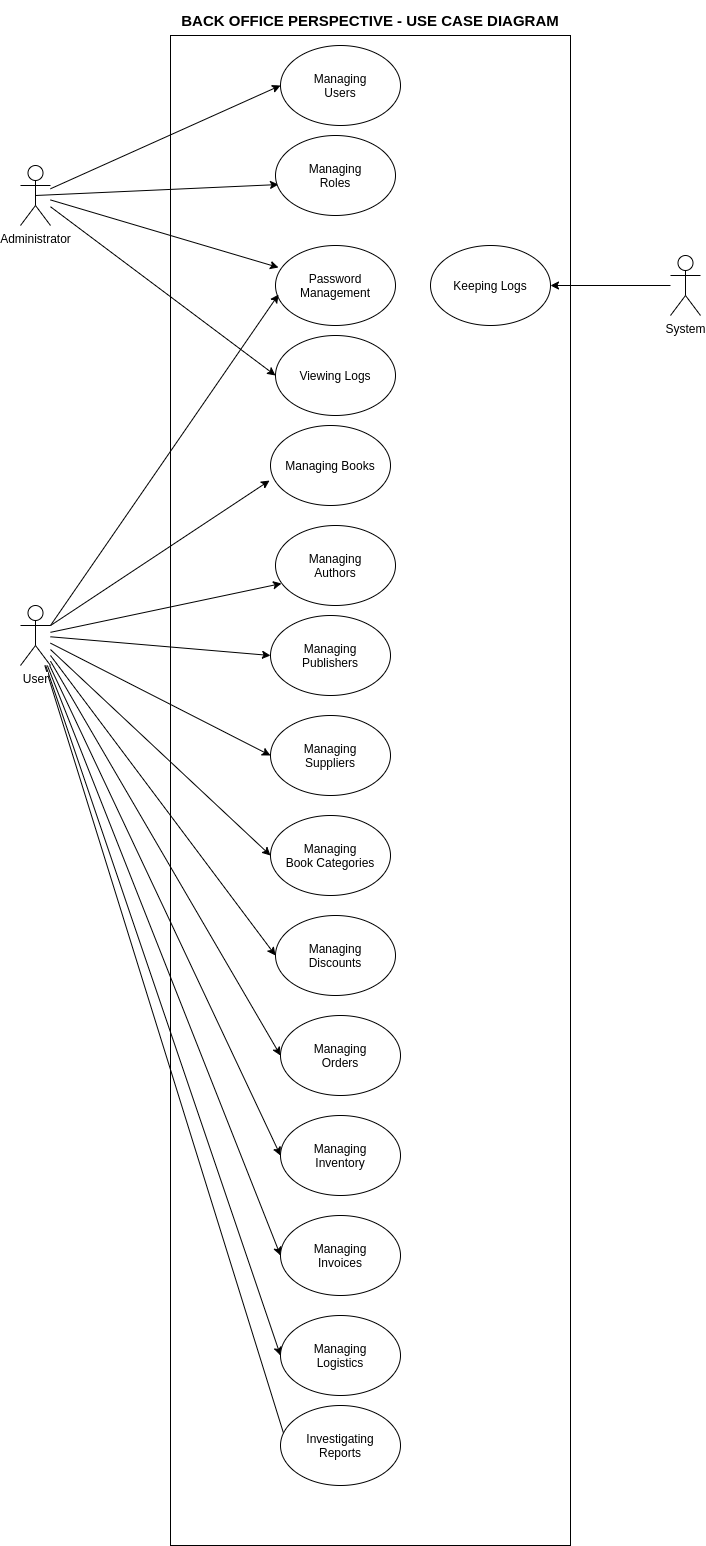
BounSweFerhatSal/swe530 keeps this draw.io diagram as BookStore_UseCase_BackOffice.png. Above is the earlier version. Source tidied: cells renumbered, new cells last; positions are measured from the earlier drawing's top-left corner, leaving out a move shared by most shapes.
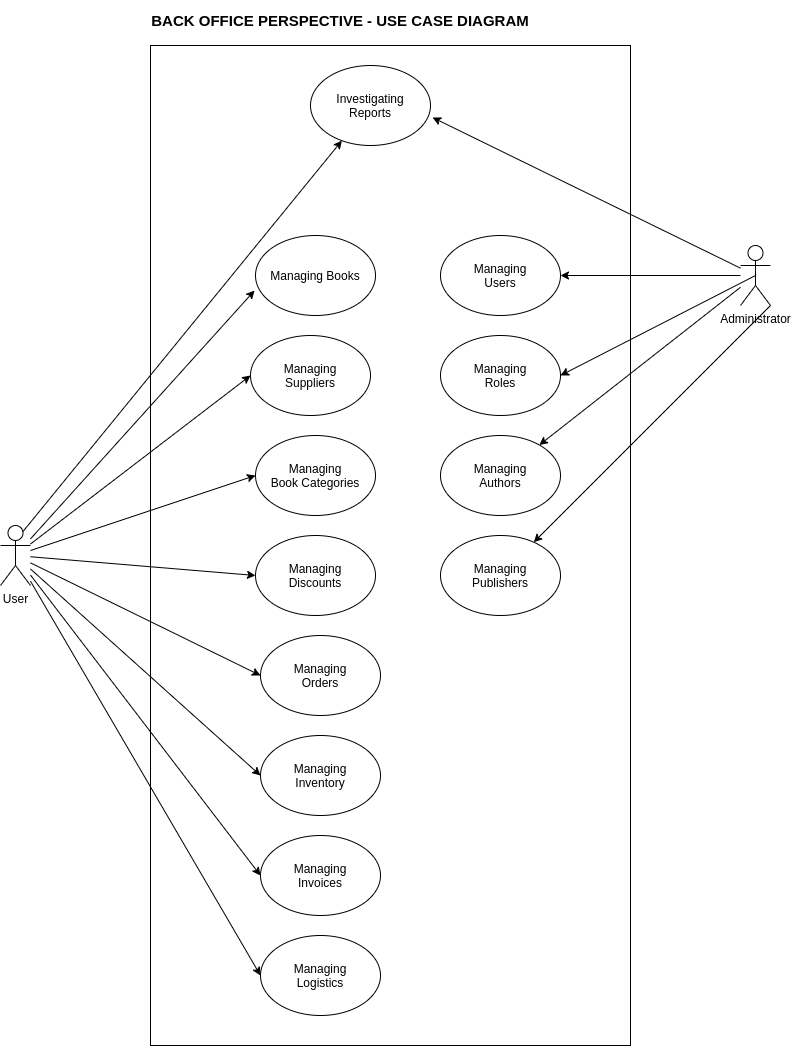
The same file after the commit.

Commit message:
Usecase backoffice modified

Diff of the diagram source:
```diff
@@ -2,46 +2,31 @@
   <root>
     <mxCell id="0" />
     <mxCell id="1" parent="0" />
+    <mxCell id="41" style="rounded=0;whiteSpace=wrap;html=1;" parent="1" vertex="1">
+      <mxGeometry x="160" y="45" width="480" height="1000" as="geometry" />
+    </mxCell>
-    <mxCell id="2" style="rounded=0;jettySize=auto;html=1;entryX=0;entryY=0.5;entryDx=0;entryDy=0;" parent="1" edge="1" source="6" target="7">
+    <mxCell id="2" style="rounded=0;jettySize=auto;html=1;entryX=1;entryY=0.5;entryDx=0;entryDy=0;" parent="1" edge="1" source="6" target="7">
       <mxGeometry relative="1" as="geometry" />
     </mxCell>
-    <mxCell id="3" style="edgeStyle=none;rounded=0;jettySize=auto;html=1;entryX=0.025;entryY=0.275;entryDx=0;entryDy=0;entryPerimeter=0;" parent="1" edge="1" source="6" target="9">
-      <mxGeometry relative="1" as="geometry" />
-    </mxCell>
-    <mxCell id="4" style="edgeStyle=none;rounded=0;jettySize=auto;html=1;entryX=0;entryY=0.5;entryDx=0;entryDy=0;" parent="1" edge="1" source="6" target="12">
-      <mxGeometry relative="1" as="geometry" />
-    </mxCell>
-    <mxCell id="5" style="edgeStyle=none;rounded=0;jettySize=auto;html=1;exitX=0.5;exitY=0.5;exitDx=0;exitDy=0;exitPerimeter=0;entryX=0.025;entryY=0.613;entryDx=0;entryDy=0;entryPerimeter=0;" parent="1" edge="1" source="6" target="8">
+    <mxCell id="5" style="edgeStyle=none;rounded=0;jettySize=auto;html=1;exitX=0.5;exitY=0.5;exitDx=0;exitDy=0;exitPerimeter=0;entryX=1;entryY=0.5;entryDx=0;entryDy=0;" parent="1" edge="1" source="6" target="8">
       <mxGeometry relative="1" as="geometry" />
     </mxCell>
     <mxCell id="6" value="Administrator" style="shape=umlActor;verticalLabelPosition=bottom;labelBackgroundColor=#ffffff;verticalAlign=top;html=1;outlineConnect=0;" parent="1" vertex="1">
-      <mxGeometry y="165" width="30" height="60" as="geometry" />
+      <mxGeometry x="750" y="245" width="30" height="60" as="geometry" />
     </mxCell>
     <mxCell id="7" value="Managing&lt;br&gt;Users" style="ellipse;whiteSpace=wrap;html=1;" parent="1" vertex="1">
-      <mxGeometry x="260" y="45" width="120" height="80" as="geometry" />
+      <mxGeometry x="450" y="235" width="120" height="80" as="geometry" />
     </mxCell>
     <mxCell id="8" value="Managing&lt;br&gt;Roles" style="ellipse;whiteSpace=wrap;html=1;" parent="1" vertex="1">
-      <mxGeometry x="255" y="135" width="120" height="80" as="geometry" />
+      <mxGeometry x="450" y="335" width="120" height="80" as="geometry" />
     </mxCell>
-    <mxCell id="9" value="Password Management" style="ellipse;whiteSpace=wrap;html=1;" parent="1" vertex="1">
-      <mxGeometry x="255" y="245" width="120" height="80" as="geometry" />
-    </mxCell>
-    <mxCell id="10" value="Keeping Logs" style="ellipse;whiteSpace=wrap;html=1;" parent="1" vertex="1">
-      <mxGeometry x="410" y="245" width="120" height="80" as="geometry" />
-    </mxCell>
-    <mxCell id="11" style="edgeStyle=none;rounded=0;jettySize=auto;html=1;entryX=1;entryY=0.5;entryDx=0;entryDy=0;" parent="1" edge="1" source="40" target="10">
-      <mxGeometry relative="1" as="geometry" />
-    </mxCell>
-    <mxCell id="12" value="Viewing Logs" style="ellipse;whiteSpace=wrap;html=1;" parent="1" vertex="1">
-      <mxGeometry x="255" y="335" width="120" height="80" as="geometry" />
-    </mxCell>
     <mxCell id="13" style="edgeStyle=none;rounded=0;jettySize=auto;html=1;entryX=-0.008;entryY=0.688;entryDx=0;entryDy=0;entryPerimeter=0;" parent="1" edge="1" source="24" target="25">
       <mxGeometry relative="1" as="geometry" />
     </mxCell>
-    <mxCell id="14" style="edgeStyle=none;rounded=0;jettySize=auto;html=1;entryX=0.05;entryY=0.725;entryDx=0;entryDy=0;entryPerimeter=0;" parent="1" edge="1" source="24" target="26">
+    <mxCell id="14" style="edgeStyle=none;rounded=0;jettySize=auto;html=1;" parent="1" edge="1" source="6" target="26">
       <mxGeometry relative="1" as="geometry" />
     </mxCell>
-    <mxCell id="15" style="edgeStyle=none;rounded=0;jettySize=auto;html=1;entryX=0;entryY=0.5;entryDx=0;entryDy=0;" parent="1" edge="1" source="24" target="27">
+    <mxCell id="15" style="edgeStyle=none;rounded=0;jettySize=auto;html=1;exitX=1;exitY=1;exitDx=0;exitDy=0;exitPerimeter=0;" parent="1" edge="1" source="6" target="27">
       <mxGeometry relative="1" as="geometry" />
     </mxCell>
     <mxCell id="16" style="edgeStyle=none;rounded=0;jettySize=auto;html=1;entryX=0;entryY=0.5;entryDx=0;entryDy=0;" parent="1" edge="1" source="24" target="28">
@@ -50,9 +35,6 @@
     <mxCell id="17" style="edgeStyle=none;rounded=0;jettySize=auto;html=1;entryX=0;entryY=0.5;entryDx=0;entryDy=0;" parent="1" edge="1" source="24" target="31">
       <mxGeometry relative="1" as="geometry" />
     </mxCell>
-    <mxCell id="18" style="edgeStyle=none;rounded=0;jettySize=auto;html=1;exitX=1;exitY=0.3333333333333333;exitDx=0;exitDy=0;exitPerimeter=0;entryX=0.025;entryY=0.613;entryDx=0;entryDy=0;entryPerimeter=0;" parent="1" edge="1" source="24" target="9">
-      <mxGeometry relative="1" as="geometry" />
-    </mxCell>
     <mxCell id="19" style="edgeStyle=none;rounded=0;jettySize=auto;html=1;entryX=0;entryY=0.5;entryDx=0;entryDy=0;" parent="1" edge="1" source="24" target="32">
       <mxGeometry relative="1" as="geometry" />
     </mxCell>
@@ -65,57 +47,54 @@
     <mxCell id="22" style="edgeStyle=none;rounded=0;jettySize=auto;html=1;entryX=0;entryY=0.5;entryDx=0;entryDy=0;" parent="1" edge="1" source="24" target="36">
       <mxGeometry relative="1" as="geometry" />
     </mxCell>
-    <mxCell id="23" style="edgeStyle=none;rounded=0;jettySize=auto;html=1;entryX=0.083;entryY=0.625;entryDx=0;entryDy=0;entryPerimeter=0;" parent="1" edge="1" source="24" target="37">
+    <mxCell id="23" style="edgeStyle=none;rounded=0;jettySize=auto;html=1;entryX=1.017;entryY=0.65;entryDx=0;entryDy=0;entryPerimeter=0;" parent="1" edge="1" source="6" target="37">
       <mxGeometry relative="1" as="geometry" />
     </mxCell>
     <mxCell id="24" value="User" style="shape=umlActor;verticalLabelPosition=bottom;labelBackgroundColor=#ffffff;verticalAlign=top;html=1;outlineConnect=0;" parent="1" vertex="1">
-      <mxGeometry y="605" width="30" height="60" as="geometry" />
+      <mxGeometry x="10" y="525" width="30" height="60" as="geometry" />
     </mxCell>
     <mxCell id="25" value="Managing Books" style="ellipse;whiteSpace=wrap;html=1;" parent="1" vertex="1">
-      <mxGeometry x="250" y="425" width="120" height="80" as="geometry" />
+      <mxGeometry x="265" y="235" width="120" height="80" as="geometry" />
     </mxCell>
     <mxCell id="26" value="Managing&lt;br&gt;Authors" style="ellipse;whiteSpace=wrap;html=1;" parent="1" vertex="1">
-      <mxGeometry x="255" y="525" width="120" height="80" as="geometry" />
+      <mxGeometry x="450" y="435" width="120" height="80" as="geometry" />
     </mxCell>
     <mxCell id="27" value="Managing&lt;br&gt;Publishers" style="ellipse;whiteSpace=wrap;html=1;" parent="1" vertex="1">
-      <mxGeometry x="250" y="615" width="120" height="80" as="geometry" />
+      <mxGeometry x="450" y="535" width="120" height="80" as="geometry" />
     </mxCell>
     <mxCell id="28" value="Managing&lt;br&gt;Suppliers" style="ellipse;whiteSpace=wrap;html=1;" parent="1" vertex="1">
-      <mxGeometry x="250" y="715" width="120" height="80" as="geometry" />
+      <mxGeometry x="260" y="335" width="120" height="80" as="geometry" />
     </mxCell>
     <mxCell id="29" style="edgeStyle=none;rounded=0;jettySize=auto;html=1;entryX=0;entryY=0.5;entryDx=0;entryDy=0;" parent="1" edge="1" source="24" target="30">
       <mxGeometry relative="1" as="geometry" />
     </mxCell>
     <mxCell id="30" value="Managing&lt;br&gt;Book Categories" style="ellipse;whiteSpace=wrap;html=1;" parent="1" vertex="1">
-      <mxGeometry x="250" y="815" width="120" height="80" as="geometry" />
+      <mxGeometry x="265" y="435" width="120" height="80" as="geometry" />
     </mxCell>
     <mxCell id="31" value="Managing&lt;br&gt;Discounts" style="ellipse;whiteSpace=wrap;html=1;" parent="1" vertex="1">
-      <mxGeometry x="255" y="915" width="120" height="80" as="geometry" />
+      <mxGeometry x="265" y="535" width="120" height="80" as="geometry" />
     </mxCell>
     <mxCell id="32" value="Managing&lt;br&gt;Orders" style="ellipse;whiteSpace=wrap;html=1;" parent="1" vertex="1">
-      <mxGeometry x="260" y="1015" width="120" height="80" as="geometry" />
+      <mxGeometry x="270" y="635" width="120" height="80" as="geometry" />
     </mxCell>
     <mxCell id="33" value="&lt;font style=&quot;font-size: 15px&quot;&gt;BACK OFFICE PERSPECTIVE - USE CASE DIAGRAM&lt;/font&gt;" style="text;html=1;strokeColor=none;fillColor=none;align=center;verticalAlign=middle;whiteSpace=wrap;rounded=0;fontStyle=1;" parent="1" vertex="1">
       <mxGeometry x="150" width="400" height="40" as="geometry" />
     </mxCell>
     <mxCell id="34" value="Managing&lt;br&gt;Inventory" style="ellipse;whiteSpace=wrap;html=1;" parent="1" vertex="1">
-      <mxGeometry x="260" y="1115" width="120" height="80" as="geometry" />
+      <mxGeometry x="270" y="735" width="120" height="80" as="geometry" />
     </mxCell>
     <mxCell id="35" value="Managing&lt;br&gt;Invoices" style="ellipse;whiteSpace=wrap;html=1;" parent="1" vertex="1">
-      <mxGeometry x="260" y="1215" width="120" height="80" as="geometry" />
+      <mxGeometry x="270" y="835" width="120" height="80" as="geometry" />
     </mxCell>
     <mxCell id="36" value="Managing&lt;br&gt;Logistics" style="ellipse;whiteSpace=wrap;html=1;" parent="1" vertex="1">
-      <mxGeometry x="260" y="1315" width="120" height="80" as="geometry" />
+      <mxGeometry x="270" y="935" width="120" height="80" as="geometry" />
     </mxCell>
     <mxCell id="37" value="Investigating&lt;br&gt;Reports" style="ellipse;whiteSpace=wrap;html=1;" parent="1" vertex="1">
-      <mxGeometry x="260" y="1405" width="120" height="80" as="geometry" />
+      <mxGeometry x="320" y="65" width="120" height="80" as="geometry" />
     </mxCell>
+    <mxCell id="42" style="endArrow=classic;html=1;exitX=0.75;exitY=0.1;exitDx=0;exitDy=0;exitPerimeter=0;" parent="1" edge="1" source="24" target="37">
+      <mxGeometry relative="1" as="geometry" />
+    </mxCell>
     <mxCell id="38" value="Untitled Layer" parent="0" />
-    <mxCell id="39" style="rounded=0;whiteSpace=wrap;html=1;fillColor=none;labelPosition=center;verticalLabelPosition=middle;align=center;verticalAlign=middle;" parent="38" vertex="1">
-      <mxGeometry x="150" y="35" width="400" height="1510" as="geometry" />
-    </mxCell>
-    <mxCell id="40" value="System" style="shape=umlActor;verticalLabelPosition=bottom;labelBackgroundColor=#ffffff;verticalAlign=top;html=1;outlineConnect=0;" parent="38" vertex="1">
-      <mxGeometry x="650" y="255" width="30" height="60" as="geometry" />
-    </mxCell>
   </root>
 </mxGraphModel>
```
